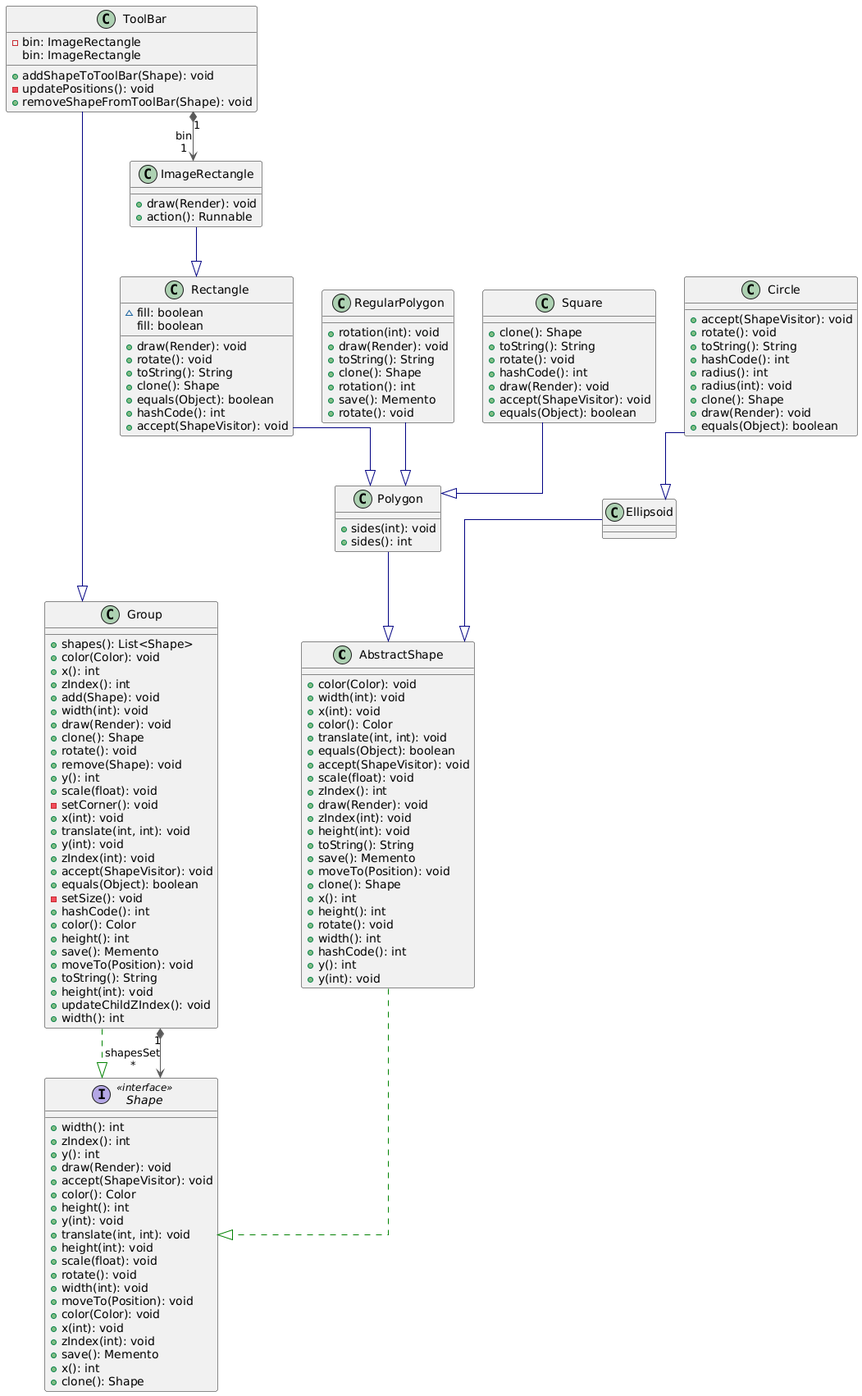
Earlier version of the PlantUML export res/composite.png (mchlln/ShapeEditor).
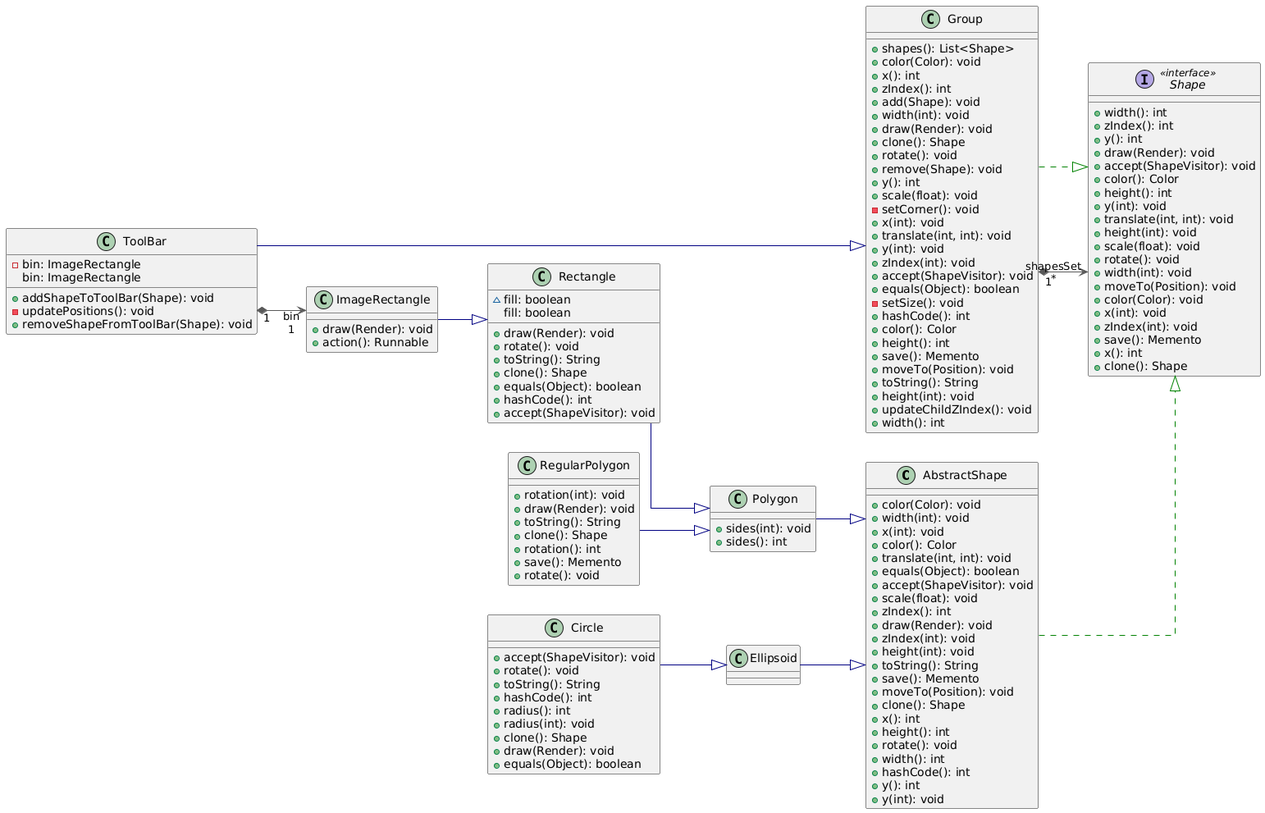
Later version of the same file.

Change to the diagram source:
```diff
@@ -1,5 +1,5 @@
 @startuml
-top to bottom direction
+left to right direction
 skinparam linetype ortho
 
 class AbstractShape {
@@ -120,15 +120,6 @@
   + x(): int
   + clone(): Shape
 }
-class Square {
-  + clone(): Shape
-  + toString(): String
-  + rotate(): void
-  + hashCode(): int
-  + draw(Render): void
-  + accept(ShapeVisitor): void
-  + equals(Object): boolean
-}
 class ToolBar {
   - bin: ImageRectangle
   + addShapeToToolBar(Shape): void
@@ -140,13 +131,12 @@
 AbstractShape   -[#008200,dashed]-^  Shape
 Circle          -[#000082,plain]-^  Ellipsoid
 Ellipsoid       -[#000082,plain]-^  AbstractShape
+Group          "1" *-[#595959,plain]-> "shapesSet\n*" Shape
 Group           -[#008200,dashed]-^  Shape
-Group          "1" *-[#595959,plain]-> "shapesSet\n*" Shape
 ImageRectangle  -[#000082,plain]-^  Rectangle
 Polygon         -[#000082,plain]-^  AbstractShape
 Rectangle       -[#000082,plain]-^  Polygon
 RegularPolygon  -[#000082,plain]-^  Polygon
-Square          -[#000082,plain]-^  Polygon
 ToolBar         -[#000082,plain]-^  Group
 ToolBar        "1" *-[#595959,plain]-> "bin\n1" ImageRectangle
 @enduml
```
